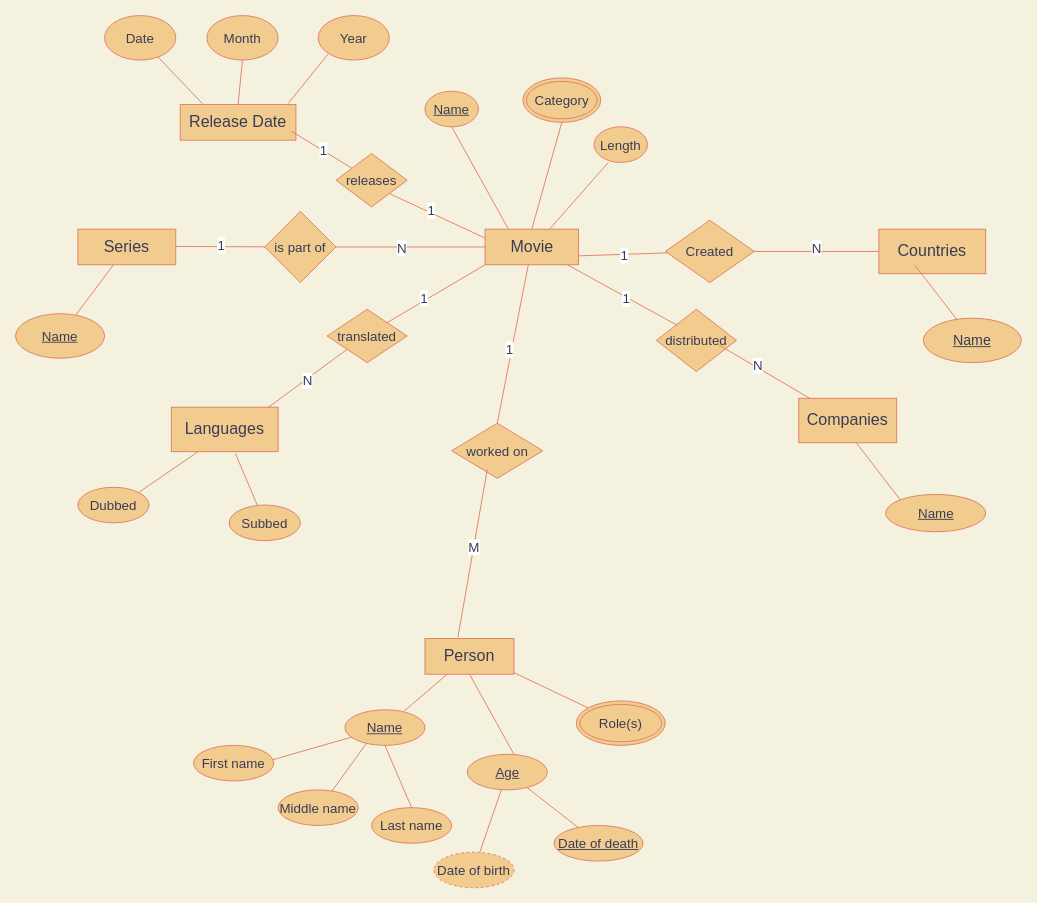
anniehuynh/Database-Entity-relationship-model keeps this draw.io diagram as Database Entity-relationship model.drawio. Above is the earlier version. Source tidied: cells renumbered, new cells numbered last; positions are measured from the earlier drawing's top-left corner, leaving out a move shared by most shapes. Both pictures are drawn from the tidied source at 89%, with x=0, y=0 at pixel (15, 15).
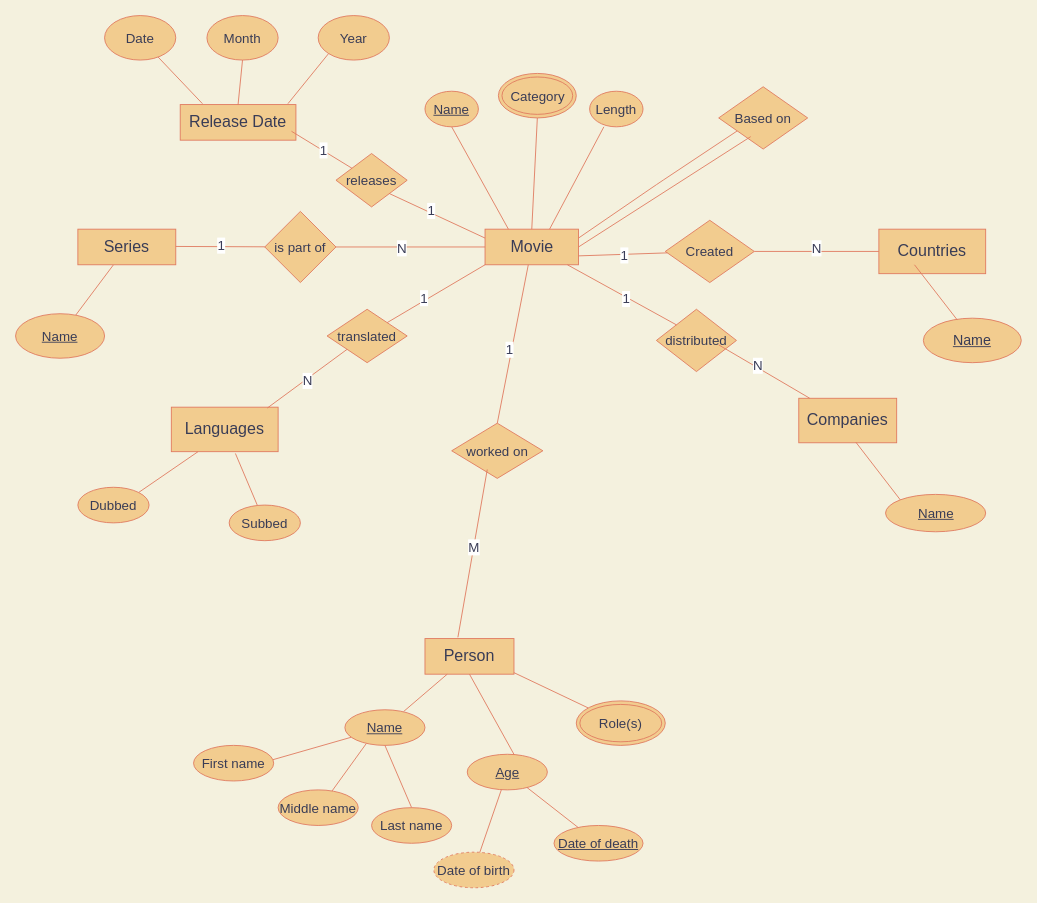
Above is the later version.

The change refers to these unchanged cells:
```xml
<mxCell id="2" value="&lt;font style=&quot;font-size: 18px&quot;&gt;Movie&lt;/font&gt;" style="rounded=0;whiteSpace=wrap;html=1;fillColor=#F2CC8F;strokeColor=#E07A5F;fontColor=#393C56;" parent="1" vertex="1">
  <mxGeometry x="527.5" y="240" width="105" height="40" as="geometry" />
</mxCell>
```

What changed in the source:
```diff
@@
     <mxCell id="20" value="Length" style="ellipse;whiteSpace=wrap;html=1;rounded=0;sketch=0;strokeColor=#E07A5F;fillColor=#F2CC8F;fontSize=15;fontColor=#393C56;" parent="1" vertex="1">
-      <mxGeometry x="650" y="125" width="60" height="40" as="geometry" />
+      <mxGeometry x="645" y="85" width="60" height="40" as="geometry" />
     </mxCell>
@@
     <mxCell id="44" value="&lt;span&gt;Category&lt;/span&gt;" style="ellipse;shape=doubleEllipse;whiteSpace=wrap;html=1;rounded=0;sketch=0;strokeColor=#E07A5F;fillColor=#F2CC8F;fontSize=15;fontColor=#393C56;" parent="1" vertex="1">
-      <mxGeometry x="570" y="70" width="87.5" height="50" as="geometry" />
+      <mxGeometry x="542.5" y="65" width="87.5" height="50" as="geometry" />
     </mxCell>
@@
+    <mxCell id="77" style="endArrow=none;html=1;strokeColor=#E07A5F;fillColor=#a0522d;fontSize=15;fontColor=#393C56;exitX=1;exitY=0.25;exitDx=0;exitDy=0;" parent="1" edge="1" source="2">
+      <mxGeometry relative="1" as="geometry">
+        <mxPoint x="816.1" y="126.1" as="targetPoint" />
+        <Array as="points">
+          <mxPoint x="720" y="190" />
+        </Array>
+      </mxGeometry>
+    </mxCell>
+    <mxCell id="78" value="Based on" style="rhombus;whiteSpace=wrap;html=1;rounded=0;sketch=0;strokeColor=#E07A5F;fillColor=#F2CC8F;fontSize=15;fontColor=#393C56;" parent="1" vertex="1">
+      <mxGeometry x="790" y="80" width="100" height="70" as="geometry" />
+    </mxCell>
+    <mxCell id="79" style="endArrow=none;html=1;strokeColor=#E07A5F;fillColor=#a0522d;fontSize=15;fontColor=#393C56;exitX=1;exitY=0.5;exitDx=0;exitDy=0;" parent="1" edge="1" source="2">
+      <mxGeometry relative="1" as="geometry">
+        <mxPoint x="826" y="136" as="targetPoint" />
+      </mxGeometry>
+    </mxCell>
```
